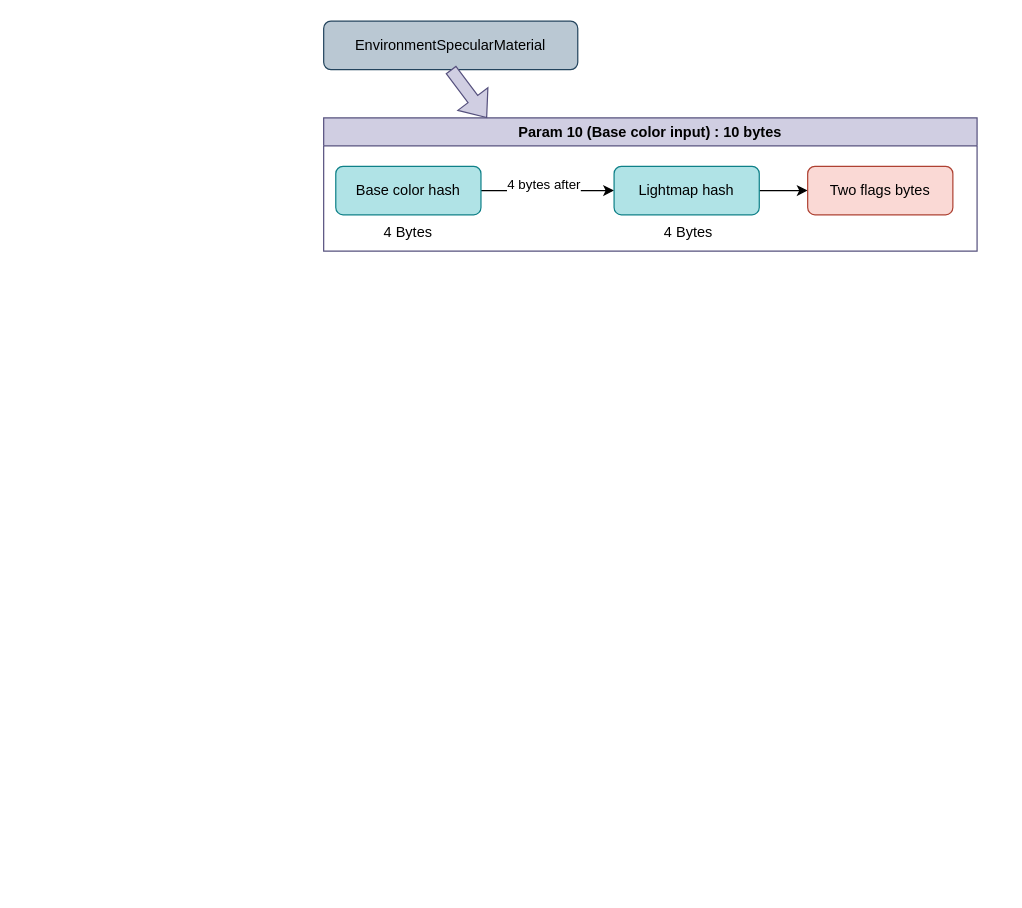
Ex-A01/Lm2HD-Materials-graph keeps this draw.io diagram as EnvironmentSpecularMaterial.drawio. Above is the earlier version. Source tidied: cells renumbered, new cells numbered last; positions are measured from the earlier drawing's top-left corner, leaving out a move shared by most shapes. Both pictures are drawn from the tidied source at 121%, with x=0, y=0 at pixel (323, 21).
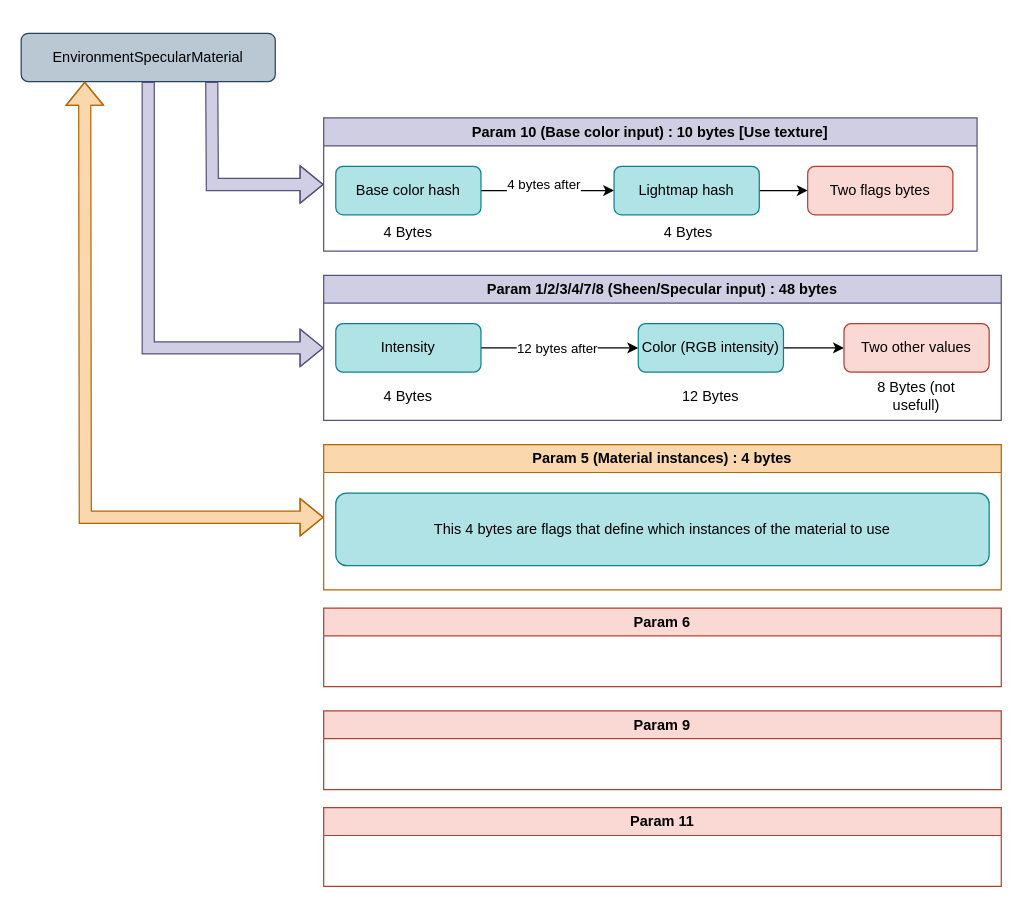
The same diagram, later.

Commit message:
Mettre à jour EnvironmentSpecularMaterial.drawio

Change to the diagram source:
```diff
@@
     <mxCell id="2" value="EnvironmentSpecularMaterial" style="rounded=1;whiteSpace=wrap;html=1;fillColor=#bac8d3;strokeColor=#23445d;" parent="1" vertex="1">
-      <mxGeometry width="210" height="40" as="geometry" />
+      <mxGeometry x="-250" y="10" width="210" height="40" as="geometry" />
     </mxCell>
@@
-    <mxCell id="9" value="Param 10 (Base color input) : 10 bytes" style="swimlane;whiteSpace=wrap;html=1;fillColor=#d0cee2;strokeColor=#56517e;" parent="1" vertex="1">
+    <mxCell id="9" value="Param 10 (Base color input) : 10 bytes [Use texture]" style="swimlane;whiteSpace=wrap;html=1;fillColor=#d0cee2;strokeColor=#56517e;" parent="1" vertex="1">
       <mxGeometry y="80" width="540" height="110" as="geometry" />
     </mxCell>
@@
-    <mxCell id="12" style="shape=flexArrow;endArrow=classic;html=1;rounded=0;entryX=0.25;entryY=0;entryDx=0;entryDy=0;exitX=0.5;exitY=1;exitDx=0;exitDy=0;fillColor=#d0cee2;strokeColor=#56517e;" parent="1" edge="1" source="2" target="9">
-      <mxGeometry relative="1" as="geometry" />
+    <mxCell id="12" style="shape=flexArrow;endArrow=classic;html=1;rounded=0;entryX=0;entryY=0.5;entryDx=0;entryDy=0;exitX=0.75;exitY=1;exitDx=0;exitDy=0;fillColor=#d0cee2;strokeColor=#56517e;" parent="1" edge="1" source="2" target="9">
+      <mxGeometry relative="1" as="geometry">
+        <Array as="points">
+          <mxPoint x="-92" y="135" />
+        </Array>
+      </mxGeometry>
     </mxCell>
+    <mxCell id="13" value="Param 1/2/3/4/7/8 (Sheen/Specular input) : 48 bytes" style="swimlane;whiteSpace=wrap;html=1;fillColor=#d0cee2;strokeColor=#56517e;" parent="1" vertex="1">
+      <mxGeometry y="210" width="560" height="120" as="geometry" />
+    </mxCell>
+    <mxCell id="14" style="edgeStyle=orthogonalEdgeStyle;rounded=0;jettySize=auto;html=1;" parent="13" edge="1" source="16" target="19">
+      <mxGeometry relative="1" as="geometry" />
+    </mxCell>
+    <mxCell id="15" value="12 bytes after" style="edgeLabel;html=1;align=center;verticalAlign=middle;" parent="14" vertex="1">
+      <mxGeometry x="-0.05" relative="1" as="geometry" />
+    </mxCell>
+    <mxCell id="16" value="Intensity" style="rounded=1;whiteSpace=wrap;html=1;fillColor=#b0e3e6;strokeColor=#0e8088;" parent="13" vertex="1">
+      <mxGeometry x="10" y="40" width="120" height="40" as="geometry" />
+    </mxCell>
+    <mxCell id="17" value="4 Bytes" style="text;html=1;align=center;verticalAlign=middle;whiteSpace=wrap;rounded=0;" parent="13" vertex="1">
+      <mxGeometry x="40" y="85" width="60" height="30" as="geometry" />
+    </mxCell>
+    <mxCell id="18" style="edgeStyle=orthogonalEdgeStyle;rounded=0;jettySize=auto;html=1;" parent="13" edge="1" source="19" target="21">
+      <mxGeometry relative="1" as="geometry" />
+    </mxCell>
+    <mxCell id="19" value="Color (RGB intensity)" style="rounded=1;whiteSpace=wrap;html=1;fillColor=#b0e3e6;strokeColor=#0e8088;" parent="13" vertex="1">
+      <mxGeometry x="260" y="40" width="120" height="40" as="geometry" />
+    </mxCell>
+    <mxCell id="20" value="12 Bytes" style="text;html=1;align=center;verticalAlign=middle;whiteSpace=wrap;rounded=0;" parent="13" vertex="1">
+      <mxGeometry x="290" y="85" width="60" height="30" as="geometry" />
+    </mxCell>
+    <mxCell id="21" value="Two other values" style="rounded=1;whiteSpace=wrap;html=1;fillColor=#fad9d5;strokeColor=#ae4132;" parent="13" vertex="1">
+      <mxGeometry x="430" y="40" width="120" height="40" as="geometry" />
+    </mxCell>
+    <mxCell id="22" value="8 Bytes (not usefull)" style="text;html=1;align=center;verticalAlign=middle;whiteSpace=wrap;rounded=0;" parent="13" vertex="1">
+      <mxGeometry x="440" y="85" width="100" height="30" as="geometry" />
+    </mxCell>
+    <mxCell id="23" style="shape=flexArrow;endArrow=classic;html=1;rounded=0;fillColor=#d0cee2;strokeColor=#56517e;entryX=0;entryY=0.5;entryDx=0;entryDy=0;exitX=0.5;exitY=1;exitDx=0;exitDy=0;" parent="1" edge="1" source="2" target="13">
+      <mxGeometry relative="1" as="geometry">
+        <Array as="points">
+          <mxPoint x="-145" y="270" />
+        </Array>
+      </mxGeometry>
+    </mxCell>
+    <mxCell id="24" value="Param 5 (Material instances) : 4 bytes" style="swimlane;whiteSpace=wrap;html=1;fillColor=#fad7ac;strokeColor=#b46504;" parent="1" vertex="1">
+      <mxGeometry y="350" width="560" height="120" as="geometry" />
+    </mxCell>
+    <mxCell id="25" value="This 4 bytes are flags that define which instances of the material to use" style="rounded=1;whiteSpace=wrap;html=1;fillColor=#b0e3e6;strokeColor=#0e8088;" parent="24" vertex="1">
+      <mxGeometry x="10" y="40" width="540" height="60" as="geometry" />
+    </mxCell>
+    <mxCell id="26" style="shape=flexArrow;endArrow=classic;startArrow=classic;html=1;rounded=0;entryX=0;entryY=0.5;entryDx=0;entryDy=0;exitX=0.25;exitY=1;exitDx=0;exitDy=0;fillColor=#fad7ac;strokeColor=#b46504;" parent="1" edge="1" source="2" target="24">
+      <mxGeometry relative="1" as="geometry">
+        <Array as="points">
+          <mxPoint x="-197" y="410" />
+        </Array>
+      </mxGeometry>
+    </mxCell>
+    <mxCell id="27" value="Param 6" style="swimlane;whiteSpace=wrap;html=1;fillColor=#fad9d5;strokeColor=#ae4132;" parent="1" vertex="1">
+      <mxGeometry y="485" width="560" height="65" as="geometry" />
+    </mxCell>
+    <mxCell id="28" value="Param 9" style="swimlane;whiteSpace=wrap;html=1;fillColor=#fad9d5;strokeColor=#ae4132;startSize=23;" parent="1" vertex="1">
+      <mxGeometry y="570" width="560" height="65" as="geometry" />
+    </mxCell>
+    <mxCell id="29" value="Param 11" style="swimlane;whiteSpace=wrap;html=1;fillColor=#fad9d5;strokeColor=#ae4132;startSize=23;" parent="1" vertex="1">
+      <mxGeometry y="650" width="560" height="65" as="geometry" />
+    </mxCell>
```
